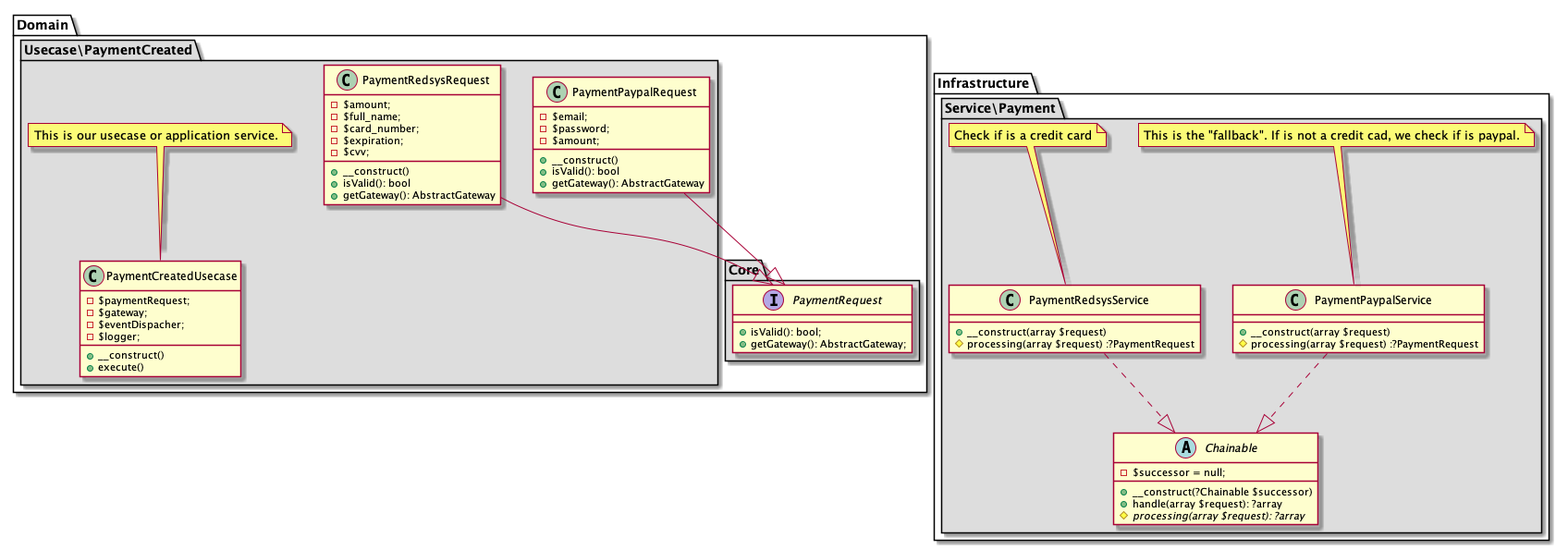
This is docs/proposal/img/er_diagram.png from spvernet/demo_payment, a PlantUML export, as it was before one commit.
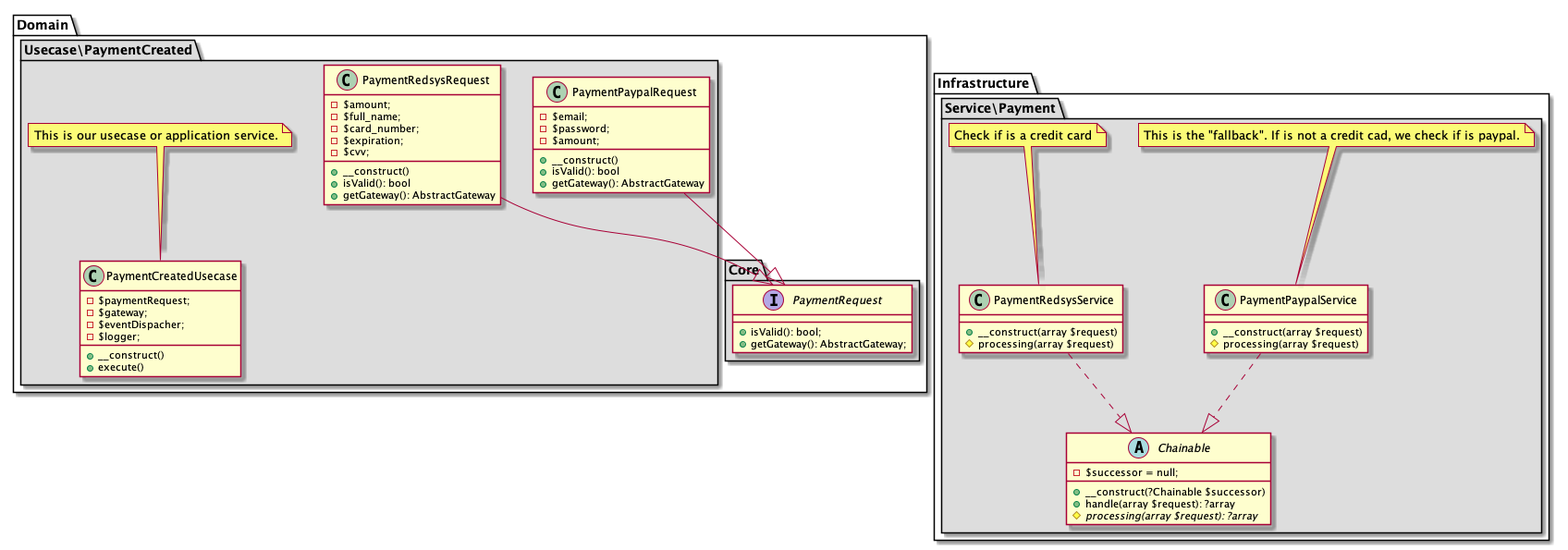
After the change.

Change to the diagram source:
```diff
@@ -64,7 +64,7 @@
 
         class PaymentPaypalService {
             + __construct(array $request)
-            #processing(array $request) :?PaymentRequest
+            #processing(array $request)
         }
         note top of PaymentPaypalService
             This is the "fallback". If is not a credit cad, we check if is paypal.
@@ -72,7 +72,7 @@
 
         class PaymentRedsysService {
             + __construct(array $request)
-            #processing(array $request) :?PaymentRequest
+            #processing(array $request)
         }
         note top of PaymentRedsysService
             Check if is a credit card
```
